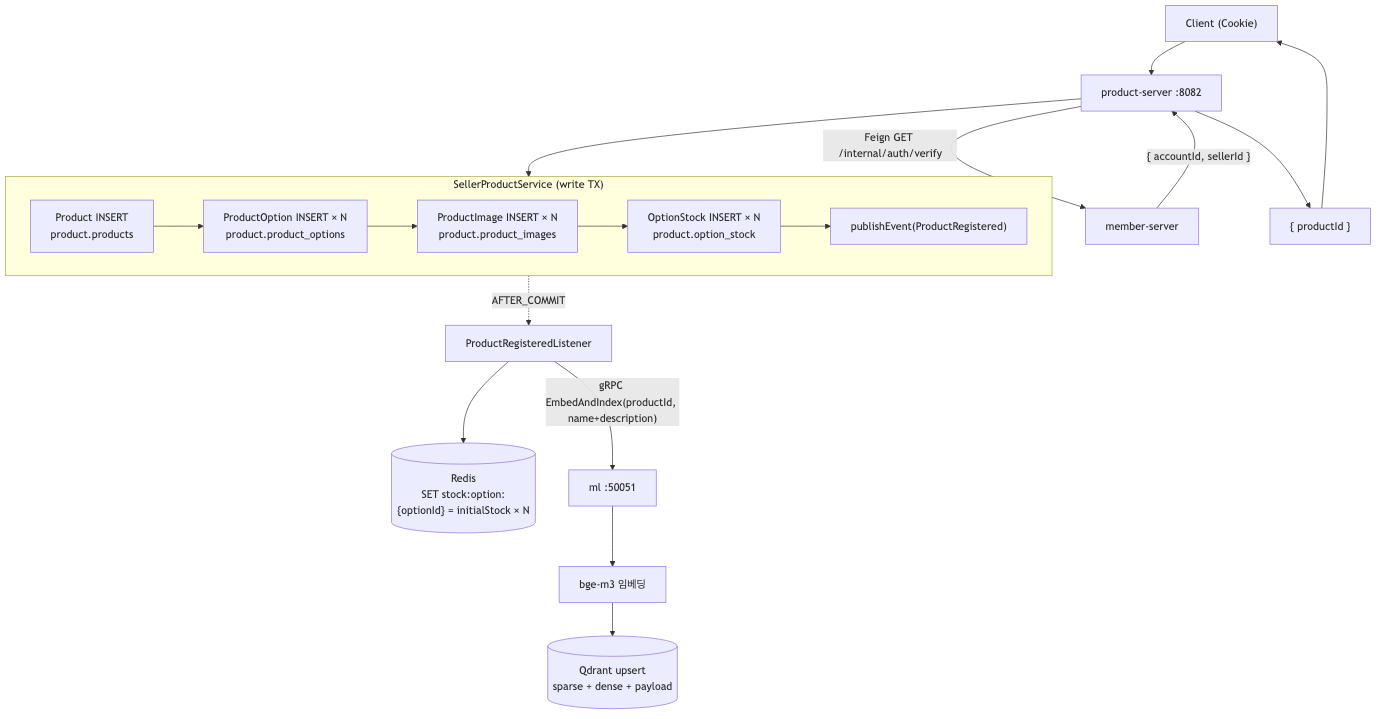
This is mini-coupang/diagrams/img/10-register-product.png from ing9990/deep-blog, a Mermaid export, as it was before one commit. Its source is kept beside it as mini-coupang/diagrams/src/10-register-product.mmd. Its diagram source:
```mermaid
flowchart TD
    C["Client (Cookie)"] --> PS["product-server :8082"]
    PS -- "Feign GET /internal/auth/verify" --> MS["member-server"]
    MS -- "{ accountId, sellerId }" --> PS

    subgraph TX ["SellerProductService (write TX)"]
        P["Product INSERT<br/>product.products"]
        OP["ProductOption INSERT × N<br/>product.product_options"]
        IM["ProductImage INSERT × N<br/>product.product_images"]
        ST["OptionStock INSERT × N<br/>product.option_stock"]
        EV["publishEvent(ProductRegistered)"]
        P --> OP --> IM --> ST --> EV
    end
    PS --> TX

    TX -. "AFTER_COMMIT" .-> L["ProductRegisteredListener"]
    L --> R[("Redis<br/>SET stock:option:{optionId} = initialStock × N")]
    L -- "gRPC EmbedAndIndex(productId, name+description)" --> ML["ml :50051"]
    ML --> EM["bge-m3 임베딩"]
    EM --> QD[("Qdrant upsert<br/>sparse + dense + payload")]

    PS --> Resp["{ productId }"]
    Resp --> C
```
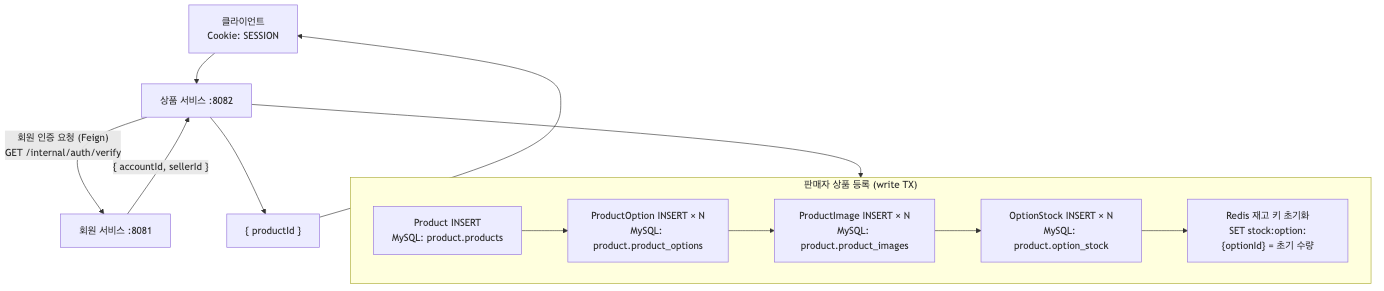
The same file after the commit.

The edit, as a diff of the source:
```diff
@@ -1,23 +1,17 @@
 flowchart TD
-    C["Client (Cookie)"] --> PS["product-server :8082"]
-    PS -- "Feign GET /internal/auth/verify" --> MS["member-server"]
+    C["클라이언트<br/>Cookie: SESSION"] --> PS["상품 서비스 :8082"]
+    PS -- "회원 인증 요청 (Feign)<br/>GET /internal/auth/verify" --> MS["회원 서비스 :8081"]
     MS -- "{ accountId, sellerId }" --> PS
 
-    subgraph TX ["SellerProductService (write TX)"]
-        P["Product INSERT<br/>product.products"]
-        OP["ProductOption INSERT × N<br/>product.product_options"]
-        IM["ProductImage INSERT × N<br/>product.product_images"]
-        ST["OptionStock INSERT × N<br/>product.option_stock"]
-        EV["publishEvent(ProductRegistered)"]
-        P --> OP --> IM --> ST --> EV
+    subgraph TX ["판매자 상품 등록 (write TX)"]
+        P["Product INSERT<br/>MySQL: product.products"]
+        OP["ProductOption INSERT × N<br/>MySQL: product.product_options"]
+        IM["ProductImage INSERT × N<br/>MySQL: product.product_images"]
+        ST["OptionStock INSERT × N<br/>MySQL: product.option_stock"]
+        RS["Redis 재고 키 초기화<br/>SET stock:option:{optionId} = 초기 수량"]
+        P --> OP --> IM --> ST --> RS
     end
     PS --> TX
 
-    TX -. "AFTER_COMMIT" .-> L["ProductRegisteredListener"]
-    L --> R[("Redis<br/>SET stock:option:{optionId} = initialStock × N")]
-    L -- "gRPC EmbedAndIndex(productId, name+description)" --> ML["ml :50051"]
-    ML --> EM["bge-m3 임베딩"]
-    EM --> QD[("Qdrant upsert<br/>sparse + dense + payload")]
-
     PS --> Resp["{ productId }"]
     Resp --> C
```
